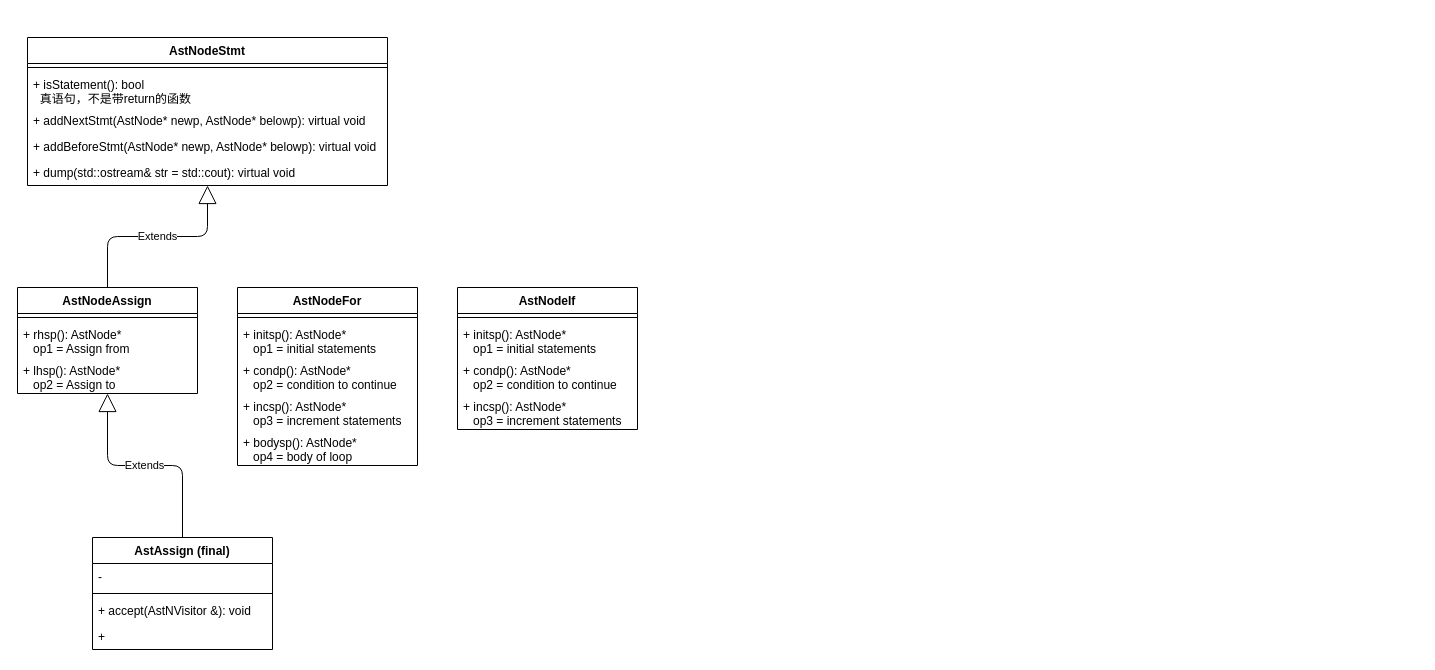
Earlier version of the draw.io diagram verilator_digrams/AstNodeStmt.drawio (Dercury/CLDK). Source tidied: cells renumbered, new cells numbered last; positions are measured from the earlier drawing's top-left corner, leaving out a move shared by most shapes. Both pictures are drawn from the tidied source at 100%, with x=0, y=0 at pixel (17, 37).
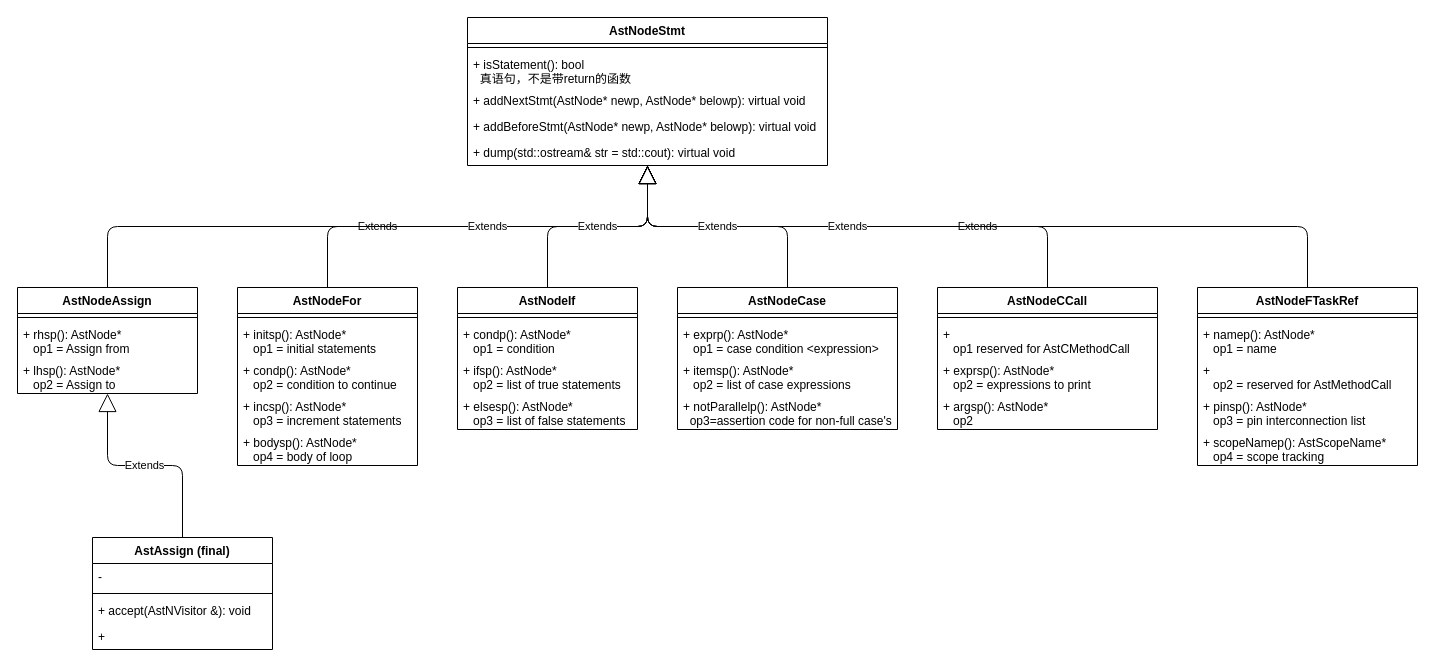
Above is the later version.

Unchanged cells that the change refers to:
```xml
<mxCell id="8" value="AstNodeAssign" style="swimlane;fontStyle=1;align=center;verticalAlign=top;horizontal=1;startSize=26;" parent="1" vertex="1">
  <mxGeometry y="250" width="180" height="106" as="geometry" />
</mxCell>
<mxCell id="19" value="AstNodeFor" style="swimlane;fontStyle=1;align=center;verticalAlign=top;horizontal=1;startSize=26;" parent="1" vertex="1">
  <mxGeometry x="220" y="250" width="180" height="178" as="geometry" />
</mxCell>
<mxCell id="25" value="AstNodeIf" style="swimlane;fontStyle=1;align=center;verticalAlign=top;horizontal=1;startSize=26;" parent="1" vertex="1">
  <mxGeometry x="440" y="250" width="180" height="142" as="geometry" />
</mxCell>
```

The edit, as a diff of the source:
```diff
@@
     <mxCell id="2" value="AstNodeStmt" style="swimlane;fontStyle=1;align=center;verticalAlign=top;horizontal=1;startSize=26;" parent="1" vertex="1">
-      <mxGeometry x="10" width="360" height="148" as="geometry" />
+      <mxGeometry x="450" y="-20" width="360" height="148" as="geometry" />
     </mxCell>
@@
-    <mxCell id="12" value="Extends" style="endArrow=block;endSize=16;endFill=0;html=1;edgeStyle=orthogonalEdgeStyle;" parent="1" edge="1" source="8" target="2">
+    <mxCell id="12" value="Extends" style="endArrow=block;endSize=16;endFill=0;html=1;edgeStyle=orthogonalEdgeStyle;exitX=0.5;exitY=0;exitDx=0;exitDy=0;" parent="1" edge="1" source="8" target="2">
       <mxGeometry relative="1" as="geometry" />
     </mxCell>
@@
-    <mxCell id="27" value="+ initsp(): AstNode*&#10;   op1 = initial statements" style="text;strokeColor=none;fillColor=none;align=left;verticalAlign=top;spacingLeft=4;spacingRight=4;overflow=hidden;" parent="25" vertex="1">
+    <mxCell id="27" value="+ condp(): AstNode*&#10;   op1 = condition" style="text;strokeColor=none;fillColor=none;align=left;verticalAlign=top;spacingLeft=4;spacingRight=4;overflow=hidden;" parent="25" vertex="1">
       <mxGeometry y="34" width="180" height="36" as="geometry" />
     </mxCell>
-    <mxCell id="28" value="+ condp(): AstNode*&#10;   op2 = condition to continue" style="text;strokeColor=none;fillColor=none;align=left;verticalAlign=top;spacingLeft=4;spacingRight=4;overflow=hidden;" parent="25" vertex="1">
+    <mxCell id="28" value="+ ifsp(): AstNode*&#10;   op2 = list of true statements" style="text;strokeColor=none;fillColor=none;align=left;verticalAlign=top;spacingLeft=4;spacingRight=4;overflow=hidden;" parent="25" vertex="1">
       <mxGeometry y="70" width="180" height="36" as="geometry" />
     </mxCell>
-    <mxCell id="29" value="+ incsp(): AstNode*&#10;   op3 = increment statements" style="text;strokeColor=none;fillColor=none;align=left;verticalAlign=top;spacingLeft=4;spacingRight=4;overflow=hidden;" parent="25" vertex="1">
+    <mxCell id="29" value="+ elsesp(): AstNode*&#10;   op3 = list of false statements" style="text;strokeColor=none;fillColor=none;align=left;verticalAlign=top;spacingLeft=4;spacingRight=4;overflow=hidden;" parent="25" vertex="1">
       <mxGeometry y="106" width="180" height="36" as="geometry" />
     </mxCell>
+    <mxCell id="30" value="AstNodeCase" style="swimlane;fontStyle=1;align=center;verticalAlign=top;horizontal=1;startSize=26;" parent="1" vertex="1">
+      <mxGeometry x="660" y="250" width="220" height="142" as="geometry" />
+    </mxCell>
+    <mxCell id="31" style="line;strokeWidth=1;fillColor=none;align=left;verticalAlign=middle;spacingTop=-1;spacingLeft=3;spacingRight=3;labelPosition=right;" parent="30" vertex="1">
+      <mxGeometry y="26" width="220" height="8" as="geometry" />
+    </mxCell>
+    <mxCell id="32" value="+ exprp(): AstNode*&#10;   op1 = case condition &lt;expression&gt;" style="text;strokeColor=none;fillColor=none;align=left;verticalAlign=top;spacingLeft=4;spacingRight=4;overflow=hidden;" parent="30" vertex="1">
+      <mxGeometry y="34" width="220" height="36" as="geometry" />
+    </mxCell>
+    <mxCell id="33" value="+ itemsp(): AstNode*&#10;   op2 = list of case expressions" style="text;strokeColor=none;fillColor=none;align=left;verticalAlign=top;spacingLeft=4;spacingRight=4;overflow=hidden;" parent="30" vertex="1">
+      <mxGeometry y="70" width="220" height="36" as="geometry" />
+    </mxCell>
+    <mxCell id="34" value="+ notParallelp(): AstNode*&#10;  op3=assertion code for non-full case's" style="text;strokeColor=none;fillColor=none;align=left;verticalAlign=top;spacingLeft=4;spacingRight=4;overflow=hidden;" parent="30" vertex="1">
+      <mxGeometry y="106" width="220" height="36" as="geometry" />
+    </mxCell>
+    <mxCell id="35" value="AstNodeCCall" style="swimlane;fontStyle=1;align=center;verticalAlign=top;horizontal=1;startSize=26;" parent="1" vertex="1">
+      <mxGeometry x="920" y="250" width="220" height="142" as="geometry" />
+    </mxCell>
+    <mxCell id="36" style="line;strokeWidth=1;fillColor=none;align=left;verticalAlign=middle;spacingTop=-1;spacingLeft=3;spacingRight=3;labelPosition=right;" parent="35" vertex="1">
+      <mxGeometry y="26" width="220" height="8" as="geometry" />
+    </mxCell>
+    <mxCell id="37" value="+ &#10;   op1 reserved for AstCMethodCall" style="text;strokeColor=none;fillColor=none;align=left;verticalAlign=top;spacingLeft=4;spacingRight=4;overflow=hidden;" parent="35" vertex="1">
+      <mxGeometry y="34" width="220" height="36" as="geometry" />
+    </mxCell>
+    <mxCell id="38" value="+ exprsp(): AstNode*&#10;   op2 = expressions to print" style="text;strokeColor=none;fillColor=none;align=left;verticalAlign=top;spacingLeft=4;spacingRight=4;overflow=hidden;" parent="35" vertex="1">
+      <mxGeometry y="70" width="220" height="36" as="geometry" />
+    </mxCell>
+    <mxCell id="39" value="+ argsp(): AstNode*&#10;   op2" style="text;strokeColor=none;fillColor=none;align=left;verticalAlign=top;spacingLeft=4;spacingRight=4;overflow=hidden;" parent="35" vertex="1">
+      <mxGeometry y="106" width="220" height="36" as="geometry" />
+    </mxCell>
+    <mxCell id="40" value="AstNodeFTaskRef" style="swimlane;fontStyle=1;align=center;verticalAlign=top;horizontal=1;startSize=26;" parent="1" vertex="1">
+      <mxGeometry x="1180" y="250" width="220" height="178" as="geometry" />
+    </mxCell>
+    <mxCell id="41" style="line;strokeWidth=1;fillColor=none;align=left;verticalAlign=middle;spacingTop=-1;spacingLeft=3;spacingRight=3;labelPosition=right;" parent="40" vertex="1">
+      <mxGeometry y="26" width="220" height="8" as="geometry" />
+    </mxCell>
+    <mxCell id="42" value="+ namep(): AstNode*&#10;   op1 = name" style="text;strokeColor=none;fillColor=none;align=left;verticalAlign=top;spacingLeft=4;spacingRight=4;overflow=hidden;" parent="40" vertex="1">
+      <mxGeometry y="34" width="220" height="36" as="geometry" />
+    </mxCell>
+    <mxCell id="43" value="+ &#10;   op2 = reserved for AstMethodCall" style="text;strokeColor=none;fillColor=none;align=left;verticalAlign=top;spacingLeft=4;spacingRight=4;overflow=hidden;" parent="40" vertex="1">
+      <mxGeometry y="70" width="220" height="36" as="geometry" />
+    </mxCell>
+    <mxCell id="44" value="+ pinsp(): AstNode*&#10;   op3 = pin interconnection list" style="text;strokeColor=none;fillColor=none;align=left;verticalAlign=top;spacingLeft=4;spacingRight=4;overflow=hidden;" parent="40" vertex="1">
+      <mxGeometry y="106" width="220" height="36" as="geometry" />
+    </mxCell>
+    <mxCell id="45" value="+ scopeNamep(): AstScopeName*&#10;   op4 = scope tracking" style="text;strokeColor=none;fillColor=none;align=left;verticalAlign=top;spacingLeft=4;spacingRight=4;overflow=hidden;" parent="40" vertex="1">
+      <mxGeometry y="142" width="220" height="36" as="geometry" />
+    </mxCell>
+    <mxCell id="46" value="Extends" style="endArrow=block;endSize=16;endFill=0;html=1;edgeStyle=orthogonalEdgeStyle;exitX=0.5;exitY=0;exitDx=0;exitDy=0;" parent="1" edge="1" source="19" target="2">
+      <mxGeometry relative="1" as="geometry" />
+    </mxCell>
+    <mxCell id="47" value="Extends" style="endArrow=block;endSize=16;endFill=0;html=1;edgeStyle=orthogonalEdgeStyle;exitX=0.5;exitY=0;exitDx=0;exitDy=0;" parent="1" edge="1" source="40" target="2">
+      <mxGeometry relative="1" as="geometry" />
+    </mxCell>
+    <mxCell id="48" value="Extends" style="endArrow=block;endSize=16;endFill=0;html=1;edgeStyle=orthogonalEdgeStyle;exitX=0.5;exitY=0;exitDx=0;exitDy=0;" parent="1" edge="1" source="35" target="2">
+      <mxGeometry relative="1" as="geometry" />
+    </mxCell>
+    <mxCell id="49" value="Extends" style="endArrow=block;endSize=16;endFill=0;html=1;edgeStyle=orthogonalEdgeStyle;exitX=0.5;exitY=0;exitDx=0;exitDy=0;" parent="1" edge="1" source="30" target="2">
+      <mxGeometry relative="1" as="geometry" />
+    </mxCell>
+    <mxCell id="50" value="Extends" style="endArrow=block;endSize=16;endFill=0;html=1;edgeStyle=orthogonalEdgeStyle;exitX=0.5;exitY=0;exitDx=0;exitDy=0;" parent="1" edge="1" source="25" target="2">
+      <mxGeometry relative="1" as="geometry" />
+    </mxCell>
```
